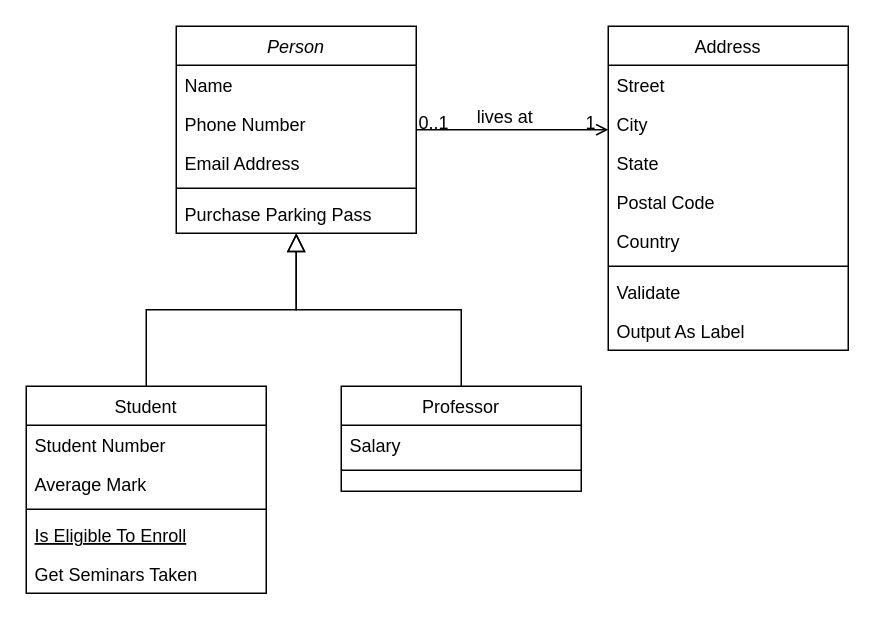
rezguirayen/Skillmatch-Pro keeps this draw.io diagram as Untitled Diagram.drawio. Above is the earlier version. Source tidied: cells renumbered, new cells numbered last; positions are measured from the earlier drawing's top-left corner, leaving out a move shared by most shapes. Both pictures are drawn from the tidied source at 150%, with x=0, y=0 at pixel (26, 26).
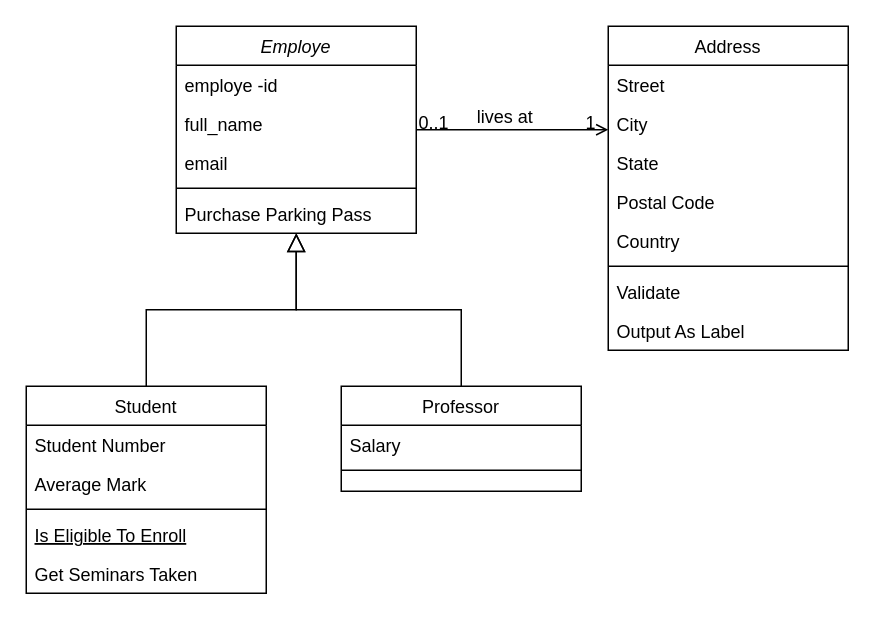
After the change.

Change to the diagram source:
```diff
@@
-    <mxCell id="2" value="Person" style="swimlane;fontStyle=2;align=center;verticalAlign=top;horizontal=1;startSize=26;rounded=0;shadow=0;strokeWidth=1;" parent="1" vertex="1">
+    <mxCell id="2" value="Employe" style="swimlane;fontStyle=2;align=center;verticalAlign=top;horizontal=1;startSize=26;rounded=0;shadow=0;strokeWidth=1;" parent="1" vertex="1">
       <mxGeometry x="100" width="160" height="138" as="geometry" />
     </mxCell>
-    <mxCell id="3" value="Name" style="text;align=left;verticalAlign=top;spacingLeft=4;spacingRight=4;overflow=hidden;" parent="2" vertex="1">
+    <mxCell id="3" value="employe -id" style="text;align=left;verticalAlign=top;spacingLeft=4;spacingRight=4;overflow=hidden;" parent="2" vertex="1">
       <mxGeometry y="26" width="160" height="26" as="geometry" />
     </mxCell>
-    <mxCell id="4" value="Phone Number" style="text;align=left;verticalAlign=top;spacingLeft=4;spacingRight=4;overflow=hidden;rounded=0;shadow=0;html=0;" parent="2" vertex="1">
+    <mxCell id="4" value="full_name" style="text;align=left;verticalAlign=top;spacingLeft=4;spacingRight=4;overflow=hidden;rounded=0;shadow=0;html=0;" parent="2" vertex="1">
       <mxGeometry y="52" width="160" height="26" as="geometry" />
     </mxCell>
-    <mxCell id="5" value="Email Address" style="text;align=left;verticalAlign=top;spacingLeft=4;spacingRight=4;overflow=hidden;rounded=0;shadow=0;html=0;" parent="2" vertex="1">
+    <mxCell id="5" value="email" style="text;align=left;verticalAlign=top;spacingLeft=4;spacingRight=4;overflow=hidden;rounded=0;shadow=0;html=0;" parent="2" vertex="1">
       <mxGeometry y="78" width="160" height="26" as="geometry" />
     </mxCell>
```
